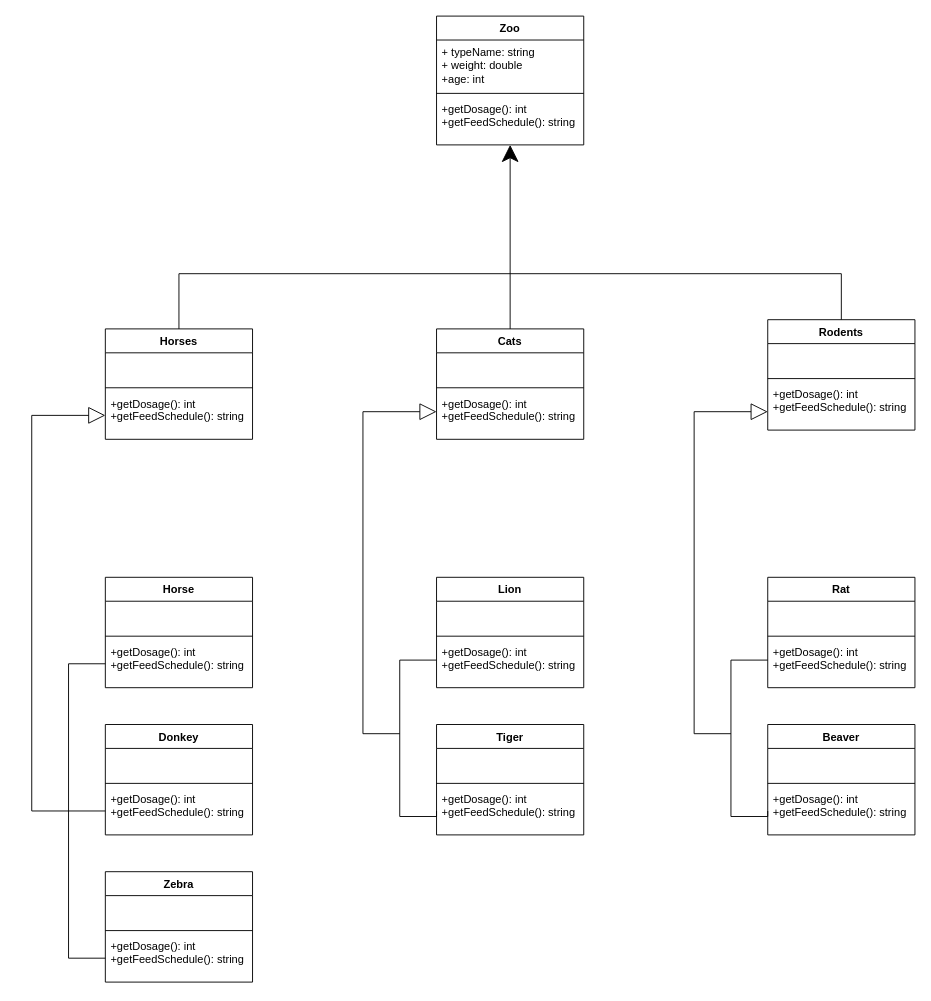
Above: OOP/ZooManagement/ZooManagement.drawio in ikizoglu/PatikaWorks (draw.io), before the change. Source tidied: cells renumbered, new cells numbered last; positions are measured from the earlier drawing's top-left corner, leaving out a move shared by most shapes. Both pictures are drawn from the tidied source at 92%, with x=0, y=0 at pixel (31, 16).
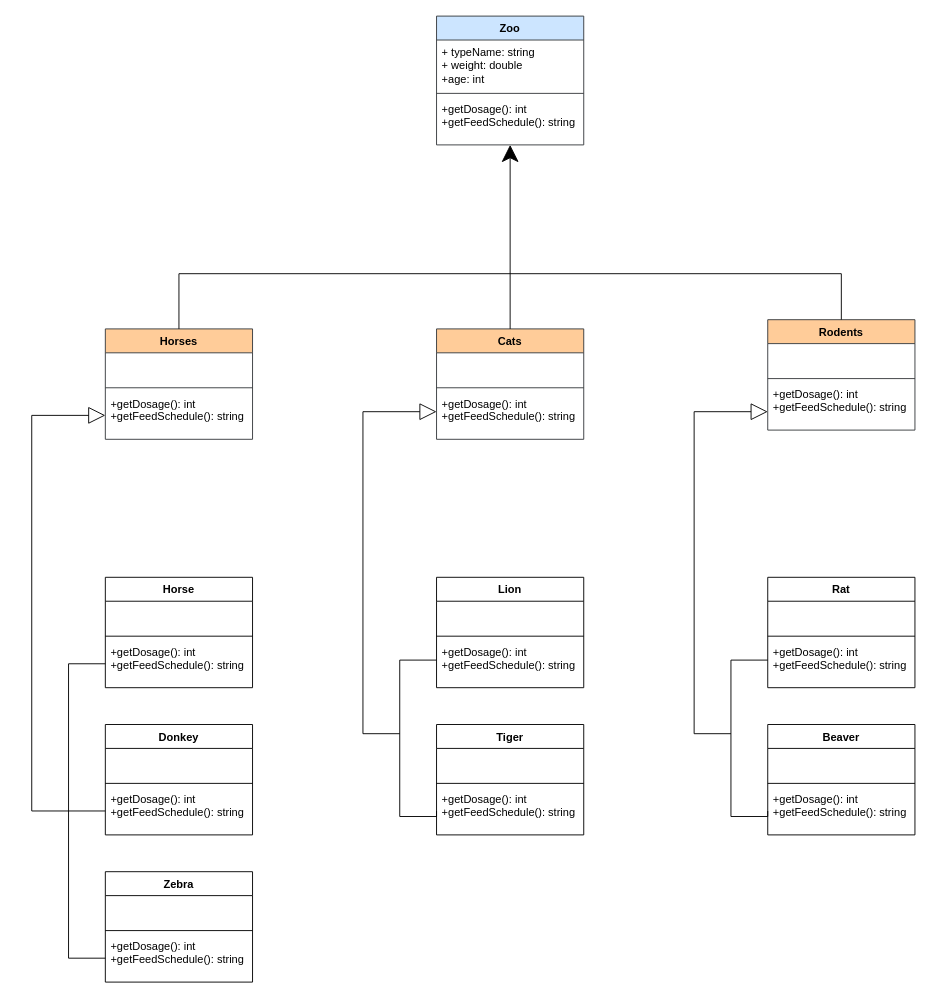
Above is the later version.

What changed in the source:
```diff
@@
-    <mxCell id="2" value="Zoo" style="swimlane;fontStyle=1;align=center;verticalAlign=top;horizontal=1;startSize=26;whiteSpace=wrap;html=1;" parent="1" vertex="1">
+    <mxCell id="2" value="Zoo" style="swimlane;fontStyle=1;align=center;verticalAlign=top;horizontal=1;startSize=26;whiteSpace=wrap;html=1;fillColor=#cce5ff;strokeColor=#36393d;" parent="1" vertex="1">
       <mxGeometry x="440" width="160" height="140" as="geometry" />
     </mxCell>
@@
-    <mxCell id="6" value="Horses" style="swimlane;fontStyle=1;align=center;verticalAlign=top;horizontal=1;startSize=26;whiteSpace=wrap;html=1;" parent="1" vertex="1">
+    <mxCell id="6" value="Horses" style="swimlane;fontStyle=1;align=center;verticalAlign=top;horizontal=1;startSize=26;whiteSpace=wrap;html=1;fillColor=#ffcc99;strokeColor=#36393d;" parent="1" vertex="1">
       <mxGeometry x="80" y="340" width="160" height="120" as="geometry" />
     </mxCell>
@@
-    <mxCell id="10" value="Rodents" style="swimlane;fontStyle=1;align=center;verticalAlign=top;horizontal=1;startSize=26;whiteSpace=wrap;html=1;" parent="1" vertex="1">
+    <mxCell id="10" value="Rodents" style="swimlane;fontStyle=1;align=center;verticalAlign=top;horizontal=1;startSize=26;whiteSpace=wrap;html=1;fillColor=#ffcc99;strokeColor=#36393d;" parent="1" vertex="1">
       <mxGeometry x="800" y="330" width="160" height="120" as="geometry" />
     </mxCell>
@@
-    <mxCell id="14" value="Cats" style="swimlane;fontStyle=1;align=center;verticalAlign=top;horizontal=1;startSize=26;whiteSpace=wrap;html=1;" parent="1" vertex="1">
+    <mxCell id="14" value="Cats" style="swimlane;fontStyle=1;align=center;verticalAlign=top;horizontal=1;startSize=26;whiteSpace=wrap;html=1;fillColor=#ffcc99;strokeColor=#36393d;" parent="1" vertex="1">
       <mxGeometry x="440" y="340" width="160" height="120" as="geometry" />
     </mxCell>
```
